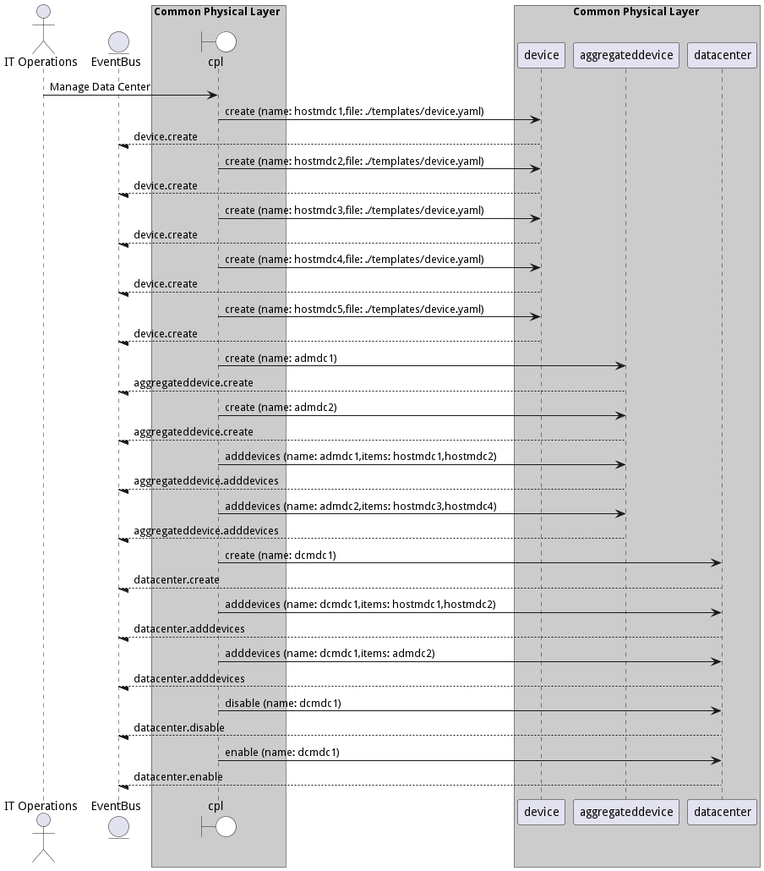
madajaju/edgemere keeps this PlantUML diagram as docs/edgemere/cpl/usecases/manageinfrastructure/ManageDataCenter.png. Above is the earlier version. The source it was exported from:
```plantuml
@startuml

actor "IT Operations"


entity EventBus

box Common Physical Layer #cccccc
    boundary cpl #white
end box


box Common Physical Layer #cccccc
            participant device
            participant aggregateddevice
            participant datacenter
    end box


"IT Operations" -> cpl: Manage Data Center

    cpl -> "device": create (name: hostmdc1,file: ./templates/device.yaml)

    "device" --/ EventBus: device.create

    cpl -> "device": create (name: hostmdc2,file: ./templates/device.yaml)

    "device" --/ EventBus: device.create

    cpl -> "device": create (name: hostmdc3,file: ./templates/device.yaml)

    "device" --/ EventBus: device.create

    cpl -> "device": create (name: hostmdc4,file: ./templates/device.yaml)

    "device" --/ EventBus: device.create

    cpl -> "device": create (name: hostmdc5,file: ./templates/device.yaml)

    "device" --/ EventBus: device.create

    cpl -> "aggregateddevice": create (name: admdc1)

    "aggregateddevice" --/ EventBus: aggregateddevice.create

    cpl -> "aggregateddevice": create (name: admdc2)

    "aggregateddevice" --/ EventBus: aggregateddevice.create

    cpl -> "aggregateddevice": adddevices (name: admdc1,items: hostmdc1,hostmdc2)

    "aggregateddevice" --/ EventBus: aggregateddevice.adddevices

    cpl -> "aggregateddevice": adddevices (name: admdc2,items: hostmdc3,hostmdc4)

    "aggregateddevice" --/ EventBus: aggregateddevice.adddevices

    cpl -> "datacenter": create (name: dcmdc1)

    "datacenter" --/ EventBus: datacenter.create

    cpl -> "datacenter": adddevices (name: dcmdc1,items: hostmdc1,hostmdc2)

    "datacenter" --/ EventBus: datacenter.adddevices

    cpl -> "datacenter": adddevices (name: dcmdc1,items: admdc2)

    "datacenter" --/ EventBus: datacenter.adddevices

    cpl -> "datacenter": disable (name: dcmdc1)

    "datacenter" --/ EventBus: datacenter.disable

    cpl -> "datacenter": enable (name: dcmdc1)

    "datacenter" --/ EventBus: datacenter.enable



@enduml
```
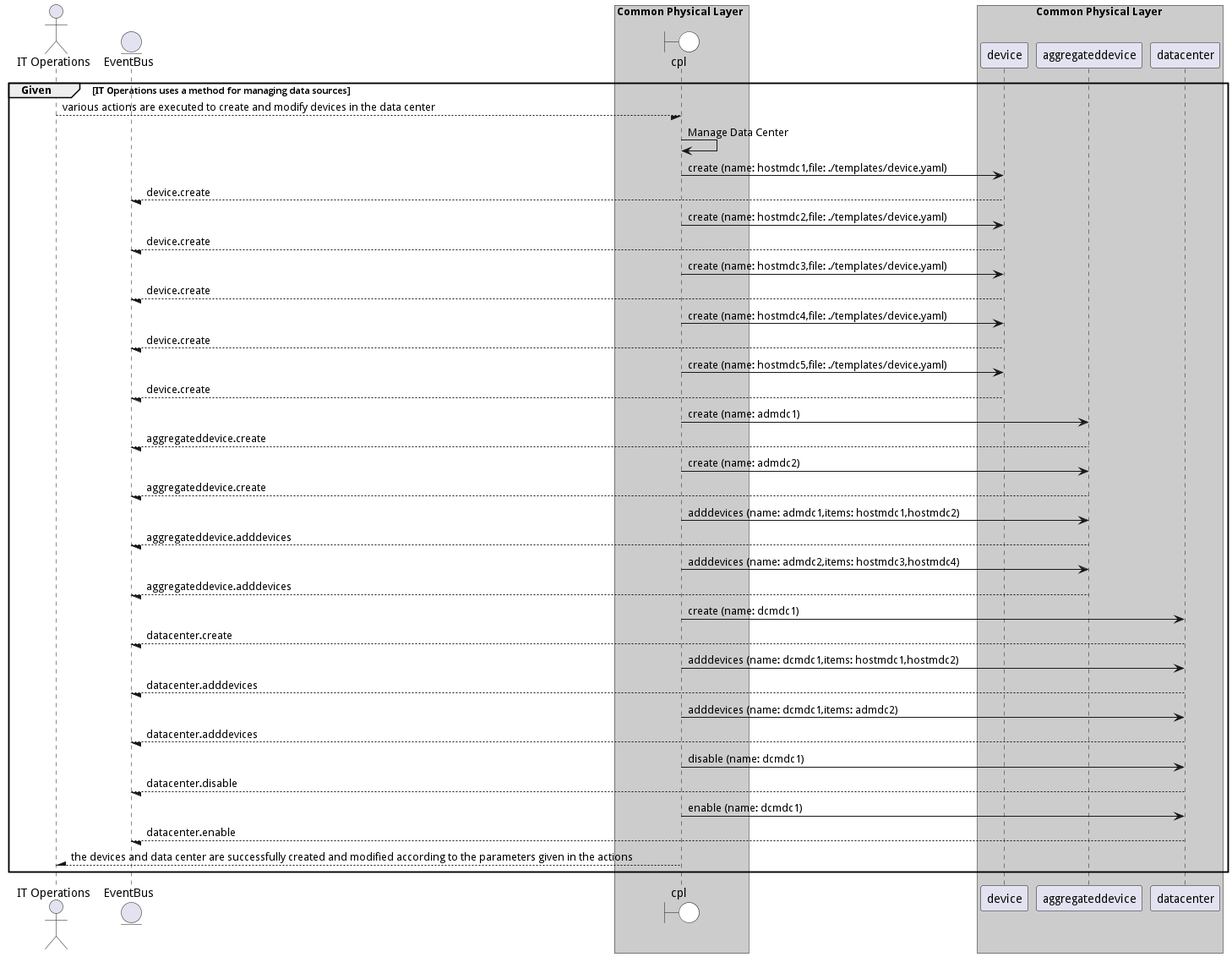
The same diagram one commit later.

The edit, as a diff of the source:
```diff
@@ -1,4 +1,5 @@
 @startuml
+
 
 actor "IT Operations"
 
@@ -16,8 +17,10 @@
             participant datacenter
     end box
 
+group Given [IT Operations uses a method for managing data sources]
 
-"IT Operations" -> cpl: Manage Data Center
+"IT Operations" --/ cpl: various actions are executed to create and modify devices in the data center
+"cpl" -> cpl: Manage Data Center
 
     cpl -> "device": create (name: hostmdc1,file: ./templates/device.yaml)
 
@@ -77,4 +80,9 @@
 
 
 
+"IT Operations" /-- cpl: the devices and data center are successfully created and modified according to the parameters given in the actions
+
+
+end
+
 @enduml
```
